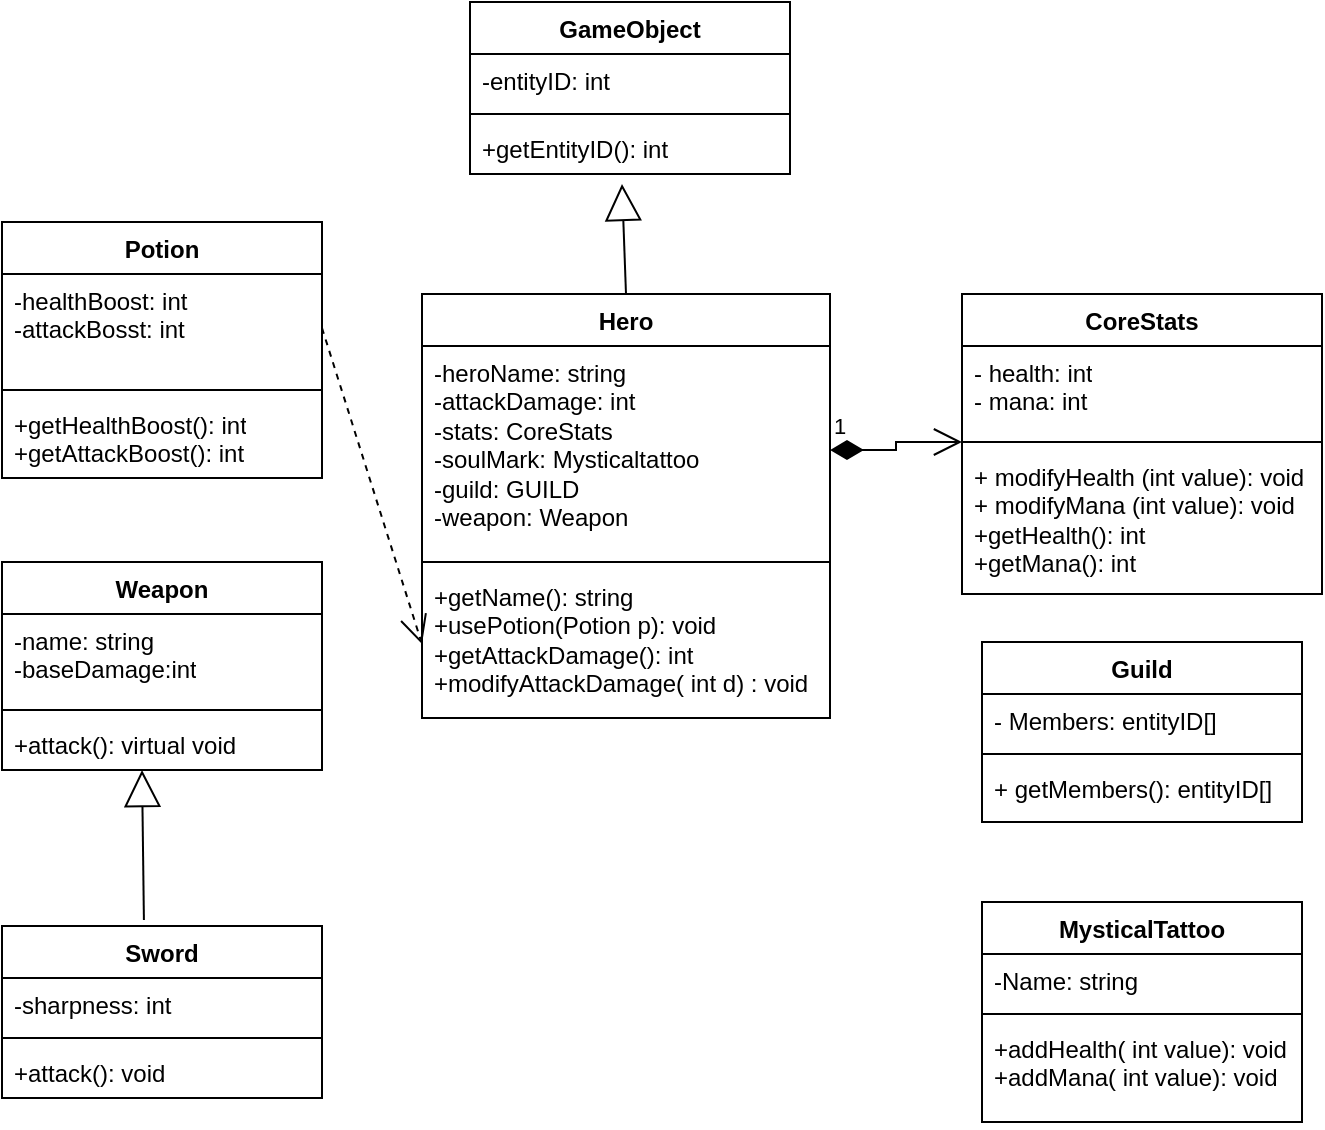
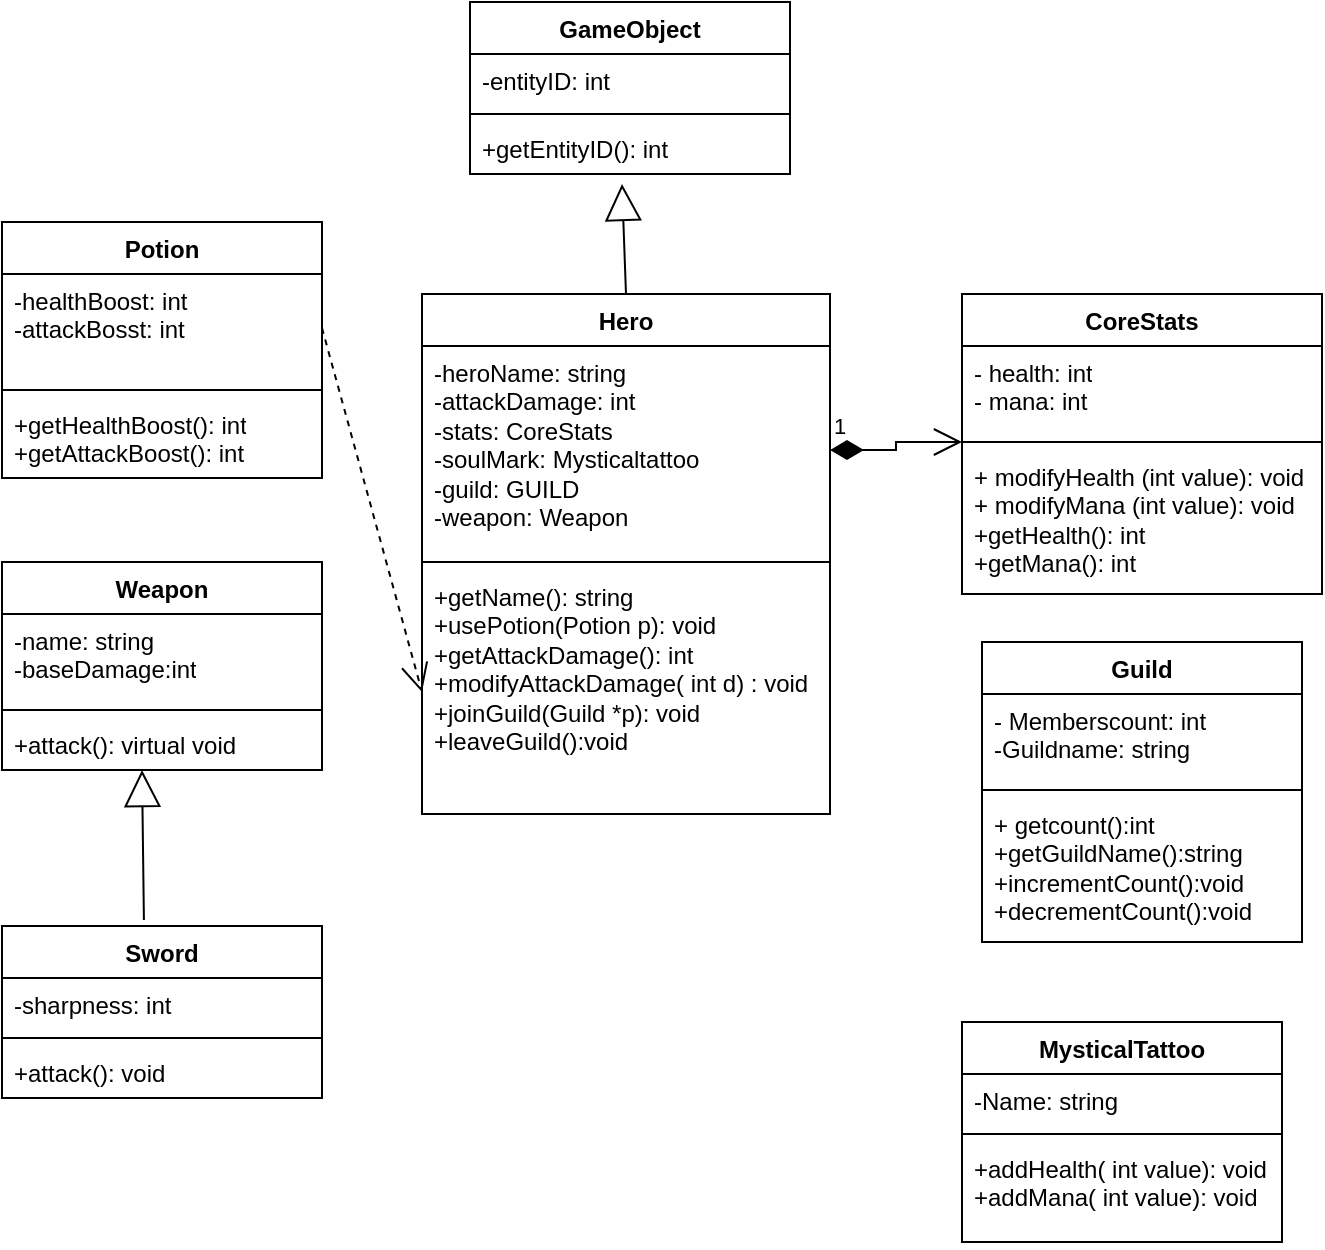
- <mxfile host="Electron" modified="2026-05-21T22:03:56.029Z" agent="Mozilla/5.0 (Windows NT 10.0; Win64; x64) AppleWebKit/537.36 (KHTML, like Gecko) draw.io/24.4.0 Chrome/120.0.6099.109 Electron/28.1.0 Safari/537.36" etag="3OSmOnO3zTKAAylb2RSe" version="24.4.0" type="device">
+ <mxfile host="Electron" modified="2026-05-21T23:41:49.193Z" agent="Mozilla/5.0 (Windows NT 10.0; Win64; x64) AppleWebKit/537.36 (KHTML, like Gecko) draw.io/24.4.0 Chrome/120.0.6099.109 Electron/28.1.0 Safari/537.36" etag="yQ-v6boM1E7LoKdMhHjD" version="24.4.0" type="device">
  <diagram id="C5RBs43oDa-KdzZeNtuy" name="Page-1">
    <mxGraphModel dx="720" dy="430" grid="1" gridSize="10" guides="1" tooltips="1" connect="1" arrows="1" fold="1" page="1" pageScale="1" pageWidth="827" pageHeight="1169" math="0" shadow="0">
      <root>
        <mxCell id="WIyWlLk6GJQsqaUBKTNV-0" />
        <mxCell id="WIyWlLk6GJQsqaUBKTNV-1" parent="WIyWlLk6GJQsqaUBKTNV-0" />
        <mxCell id="p3vUgTUbWygCvYEN91rt-4" value="Hero" style="swimlane;fontStyle=1;align=center;verticalAlign=top;childLayout=stackLayout;horizontal=1;startSize=26;horizontalStack=0;resizeParent=1;resizeParentMax=0;resizeLast=0;collapsible=1;marginBottom=0;whiteSpace=wrap;html=1;" vertex="1" parent="WIyWlLk6GJQsqaUBKTNV-1">
-           <mxGeometry x="310" y="166" width="204" height="212" as="geometry" />
+           <mxGeometry x="310" y="166" width="204" height="260" as="geometry" />
        </mxCell>
        <mxCell id="p3vUgTUbWygCvYEN91rt-5" value="-heroName: string&lt;div&gt;-attackDamage: int&lt;/div&gt;&lt;div&gt;-stats: CoreStats&lt;/div&gt;&lt;div&gt;-soulMark: Mysticaltattoo&lt;/div&gt;&lt;div&gt;-guild: GUILD&lt;/div&gt;&lt;div&gt;-weapon: Weapon&lt;/div&gt;&lt;div&gt;&lt;br&gt;&lt;/div&gt;" style="text;strokeColor=none;fillColor=none;align=left;verticalAlign=top;spacingLeft=4;spacingRight=4;overflow=hidden;rotatable=0;points=[[0,0.5],[1,0.5]];portConstraint=eastwest;whiteSpace=wrap;html=1;" vertex="1" parent="p3vUgTUbWygCvYEN91rt-4">
          <mxGeometry y="26" width="204" height="104" as="geometry" />
        </mxCell>
        <mxCell id="p3vUgTUbWygCvYEN91rt-6" value="" style="line;strokeWidth=1;fillColor=none;align=left;verticalAlign=middle;spacingTop=-1;spacingLeft=3;spacingRight=3;rotatable=0;labelPosition=right;points=[];portConstraint=eastwest;strokeColor=inherit;" vertex="1" parent="p3vUgTUbWygCvYEN91rt-4">
          <mxGeometry y="130" width="204" height="8" as="geometry" />
        </mxCell>
-         <mxCell id="p3vUgTUbWygCvYEN91rt-7" value="+getName(): string&lt;div&gt;+usePotion(Potion p): void&lt;/div&gt;&lt;div&gt;+getAttackDamage(): int&lt;/div&gt;&lt;div&gt;+modifyAttackDamage( int d) : void&lt;/div&gt;&lt;div&gt;&lt;br&gt;&lt;div&gt;&lt;br&gt;&lt;/div&gt;&lt;/div&gt;" style="text;strokeColor=none;fillColor=none;align=left;verticalAlign=top;spacingLeft=4;spacingRight=4;overflow=hidden;rotatable=0;points=[[0,0.5],[1,0.5]];portConstraint=eastwest;whiteSpace=wrap;html=1;" vertex="1" parent="p3vUgTUbWygCvYEN91rt-4">
-           <mxGeometry y="138" width="204" height="74" as="geometry" />
+         <mxCell id="p3vUgTUbWygCvYEN91rt-7" value="+getName(): string&lt;div&gt;+usePotion(Potion p): void&lt;/div&gt;&lt;div&gt;+getAttackDamage(): int&lt;/div&gt;&lt;div&gt;+modifyAttackDamage( int d) : void&lt;/div&gt;&lt;div&gt;+joinGuild(Guild *p): void&lt;/div&gt;&lt;div&gt;+leaveGuild():void&lt;/div&gt;&lt;div&gt;&lt;br&gt;&lt;div&gt;&lt;br&gt;&lt;/div&gt;&lt;/div&gt;" style="text;strokeColor=none;fillColor=none;align=left;verticalAlign=top;spacingLeft=4;spacingRight=4;overflow=hidden;rotatable=0;points=[[0,0.5],[1,0.5]];portConstraint=eastwest;whiteSpace=wrap;html=1;" vertex="1" parent="p3vUgTUbWygCvYEN91rt-4">
+           <mxGeometry y="138" width="204" height="122" as="geometry" />
        </mxCell>
        <mxCell id="p3vUgTUbWygCvYEN91rt-8" value="CoreStats" style="swimlane;fontStyle=1;align=center;verticalAlign=top;childLayout=stackLayout;horizontal=1;startSize=26;horizontalStack=0;resizeParent=1;resizeParentMax=0;resizeLast=0;collapsible=1;marginBottom=0;whiteSpace=wrap;html=1;" vertex="1" parent="WIyWlLk6GJQsqaUBKTNV-1">
          <mxGeometry x="580" y="166" width="180" height="150" as="geometry" />
        </mxCell>
        <mxCell id="p3vUgTUbWygCvYEN91rt-9" value="- health: int&lt;div&gt;- mana: int&lt;/div&gt;" style="text;strokeColor=none;fillColor=none;align=left;verticalAlign=top;spacingLeft=4;spacingRight=4;overflow=hidden;rotatable=0;points=[[0,0.5],[1,0.5]];portConstraint=eastwest;whiteSpace=wrap;html=1;" vertex="1" parent="p3vUgTUbWygCvYEN91rt-8">
          <mxGeometry y="26" width="180" height="44" as="geometry" />
        </mxCell>
        <mxCell id="p3vUgTUbWygCvYEN91rt-10" value="" style="line;strokeWidth=1;fillColor=none;align=left;verticalAlign=middle;spacingTop=-1;spacingLeft=3;spacingRight=3;rotatable=0;labelPosition=right;points=[];portConstraint=eastwest;strokeColor=inherit;" vertex="1" parent="p3vUgTUbWygCvYEN91rt-8">
          <mxGeometry y="70" width="180" height="8" as="geometry" />
        </mxCell>
        <mxCell id="p3vUgTUbWygCvYEN91rt-11" value="+ modifyHealth (int value): void&lt;div&gt;+ modifyMana (int value): void&lt;/div&gt;&lt;div&gt;+getHealth(): int&lt;/div&gt;&lt;div&gt;+getMana(): int&lt;/div&gt;&lt;div&gt;&lt;br&gt;&lt;div&gt;&lt;br&gt;&lt;/div&gt;&lt;/div&gt;" style="text;strokeColor=none;fillColor=none;align=left;verticalAlign=top;spacingLeft=4;spacingRight=4;overflow=hidden;rotatable=0;points=[[0,0.5],[1,0.5]];portConstraint=eastwest;whiteSpace=wrap;html=1;" vertex="1" parent="p3vUgTUbWygCvYEN91rt-8">
          <mxGeometry y="78" width="180" height="72" as="geometry" />
        </mxCell>
        <mxCell id="p3vUgTUbWygCvYEN91rt-12" value="MysticalTattoo" style="swimlane;fontStyle=1;align=center;verticalAlign=top;childLayout=stackLayout;horizontal=1;startSize=26;horizontalStack=0;resizeParent=1;resizeParentMax=0;resizeLast=0;collapsible=1;marginBottom=0;whiteSpace=wrap;html=1;" vertex="1" parent="WIyWlLk6GJQsqaUBKTNV-1">
-           <mxGeometry x="590" y="470" width="160" height="110" as="geometry" />
+           <mxGeometry x="580" y="530" width="160" height="110" as="geometry" />
        </mxCell>
        <mxCell id="p3vUgTUbWygCvYEN91rt-13" value="-Name: string" style="text;strokeColor=none;fillColor=none;align=left;verticalAlign=top;spacingLeft=4;spacingRight=4;overflow=hidden;rotatable=0;points=[[0,0.5],[1,0.5]];portConstraint=eastwest;whiteSpace=wrap;html=1;" vertex="1" parent="p3vUgTUbWygCvYEN91rt-12">
          <mxGeometry y="26" width="160" height="26" as="geometry" />
        </mxCell>
        <mxCell id="p3vUgTUbWygCvYEN91rt-14" value="" style="line;strokeWidth=1;fillColor=none;align=left;verticalAlign=middle;spacingTop=-1;spacingLeft=3;spacingRight=3;rotatable=0;labelPosition=right;points=[];portConstraint=eastwest;strokeColor=inherit;" vertex="1" parent="p3vUgTUbWygCvYEN91rt-12">
          <mxGeometry y="52" width="160" height="8" as="geometry" />
        </mxCell>
        <mxCell id="p3vUgTUbWygCvYEN91rt-15" value="+addHealth( int value): void&lt;div&gt;+addMana( int value): void&lt;/div&gt;" style="text;strokeColor=none;fillColor=none;align=left;verticalAlign=top;spacingLeft=4;spacingRight=4;overflow=hidden;rotatable=0;points=[[0,0.5],[1,0.5]];portConstraint=eastwest;whiteSpace=wrap;html=1;" vertex="1" parent="p3vUgTUbWygCvYEN91rt-12">
          <mxGeometry y="60" width="160" height="50" as="geometry" />
        </mxCell>
        <mxCell id="p3vUgTUbWygCvYEN91rt-16" value="Guild" style="swimlane;fontStyle=1;align=center;verticalAlign=top;childLayout=stackLayout;horizontal=1;startSize=26;horizontalStack=0;resizeParent=1;resizeParentMax=0;resizeLast=0;collapsible=1;marginBottom=0;whiteSpace=wrap;html=1;" vertex="1" parent="WIyWlLk6GJQsqaUBKTNV-1">
-           <mxGeometry x="590" y="340" width="160" height="90" as="geometry" />
+           <mxGeometry x="590" y="340" width="160" height="150" as="geometry" />
        </mxCell>
-         <mxCell id="p3vUgTUbWygCvYEN91rt-17" value="- Members: entityID[]" style="text;strokeColor=none;fillColor=none;align=left;verticalAlign=top;spacingLeft=4;spacingRight=4;overflow=hidden;rotatable=0;points=[[0,0.5],[1,0.5]];portConstraint=eastwest;whiteSpace=wrap;html=1;" vertex="1" parent="p3vUgTUbWygCvYEN91rt-16">
-           <mxGeometry y="26" width="160" height="26" as="geometry" />
+         <mxCell id="p3vUgTUbWygCvYEN91rt-17" value="- Memberscount: int&lt;div&gt;-Guildname: string&lt;/div&gt;" style="text;strokeColor=none;fillColor=none;align=left;verticalAlign=top;spacingLeft=4;spacingRight=4;overflow=hidden;rotatable=0;points=[[0,0.5],[1,0.5]];portConstraint=eastwest;whiteSpace=wrap;html=1;" vertex="1" parent="p3vUgTUbWygCvYEN91rt-16">
+           <mxGeometry y="26" width="160" height="44" as="geometry" />
        </mxCell>
        <mxCell id="p3vUgTUbWygCvYEN91rt-18" value="" style="line;strokeWidth=1;fillColor=none;align=left;verticalAlign=middle;spacingTop=-1;spacingLeft=3;spacingRight=3;rotatable=0;labelPosition=right;points=[];portConstraint=eastwest;strokeColor=inherit;" vertex="1" parent="p3vUgTUbWygCvYEN91rt-16">
-           <mxGeometry y="52" width="160" height="8" as="geometry" />
+           <mxGeometry y="70" width="160" height="8" as="geometry" />
        </mxCell>
-         <mxCell id="p3vUgTUbWygCvYEN91rt-19" value="+ getMembers(): entityID[]&lt;div&gt;&lt;br&gt;&lt;/div&gt;" style="text;strokeColor=none;fillColor=none;align=left;verticalAlign=top;spacingLeft=4;spacingRight=4;overflow=hidden;rotatable=0;points=[[0,0.5],[1,0.5]];portConstraint=eastwest;whiteSpace=wrap;html=1;" vertex="1" parent="p3vUgTUbWygCvYEN91rt-16">
-           <mxGeometry y="60" width="160" height="30" as="geometry" />
+         <mxCell id="p3vUgTUbWygCvYEN91rt-19" value="+ getcount():int&lt;div&gt;+getGuildName():string&lt;br&gt;&lt;div&gt;+incrementCount():void&lt;/div&gt;&lt;div&gt;+decrementCount():void&lt;br&gt;&lt;div&gt;&lt;br&gt;&lt;/div&gt;&lt;/div&gt;&lt;/div&gt;" style="text;strokeColor=none;fillColor=none;align=left;verticalAlign=top;spacingLeft=4;spacingRight=4;overflow=hidden;rotatable=0;points=[[0,0.5],[1,0.5]];portConstraint=eastwest;whiteSpace=wrap;html=1;" vertex="1" parent="p3vUgTUbWygCvYEN91rt-16">
+           <mxGeometry y="78" width="160" height="72" as="geometry" />
        </mxCell>
        <mxCell id="p3vUgTUbWygCvYEN91rt-20" value="Weapon" style="swimlane;fontStyle=1;align=center;verticalAlign=top;childLayout=stackLayout;horizontal=1;startSize=26;horizontalStack=0;resizeParent=1;resizeParentMax=0;resizeLast=0;collapsible=1;marginBottom=0;whiteSpace=wrap;html=1;" vertex="1" parent="WIyWlLk6GJQsqaUBKTNV-1">
          <mxGeometry x="100" y="300" width="160" height="104" as="geometry" />
        </mxCell>
        <mxCell id="p3vUgTUbWygCvYEN91rt-21" value="-name: string&lt;div&gt;-baseDamage:int&lt;br&gt;&lt;div&gt;&lt;br&gt;&lt;/div&gt;&lt;/div&gt;" style="text;strokeColor=none;fillColor=none;align=left;verticalAlign=top;spacingLeft=4;spacingRight=4;overflow=hidden;rotatable=0;points=[[0,0.5],[1,0.5]];portConstraint=eastwest;whiteSpace=wrap;html=1;" vertex="1" parent="p3vUgTUbWygCvYEN91rt-20">
          <mxGeometry y="26" width="160" height="44" as="geometry" />
        </mxCell>
        <mxCell id="p3vUgTUbWygCvYEN91rt-22" value="" style="line;strokeWidth=1;fillColor=none;align=left;verticalAlign=middle;spacingTop=-1;spacingLeft=3;spacingRight=3;rotatable=0;labelPosition=right;points=[];portConstraint=eastwest;strokeColor=inherit;" vertex="1" parent="p3vUgTUbWygCvYEN91rt-20">
          <mxGeometry y="70" width="160" height="8" as="geometry" />
        </mxCell>
        <mxCell id="p3vUgTUbWygCvYEN91rt-23" value="+attack(): virtual void" style="text;strokeColor=none;fillColor=none;align=left;verticalAlign=top;spacingLeft=4;spacingRight=4;overflow=hidden;rotatable=0;points=[[0,0.5],[1,0.5]];portConstraint=eastwest;whiteSpace=wrap;html=1;" vertex="1" parent="p3vUgTUbWygCvYEN91rt-20">
          <mxGeometry y="78" width="160" height="26" as="geometry" />
        </mxCell>
        <mxCell id="p3vUgTUbWygCvYEN91rt-24" value="Potion" style="swimlane;fontStyle=1;align=center;verticalAlign=top;childLayout=stackLayout;horizontal=1;startSize=26;horizontalStack=0;resizeParent=1;resizeParentMax=0;resizeLast=0;collapsible=1;marginBottom=0;whiteSpace=wrap;html=1;" vertex="1" parent="WIyWlLk6GJQsqaUBKTNV-1">
          <mxGeometry x="100" y="130" width="160" height="128" as="geometry" />
        </mxCell>
        <mxCell id="p3vUgTUbWygCvYEN91rt-25" value="-healthBoost: int&lt;div&gt;-attackBosst: int&lt;/div&gt;" style="text;strokeColor=none;fillColor=none;align=left;verticalAlign=top;spacingLeft=4;spacingRight=4;overflow=hidden;rotatable=0;points=[[0,0.5],[1,0.5]];portConstraint=eastwest;whiteSpace=wrap;html=1;" vertex="1" parent="p3vUgTUbWygCvYEN91rt-24">
          <mxGeometry y="26" width="160" height="54" as="geometry" />
        </mxCell>
        <mxCell id="p3vUgTUbWygCvYEN91rt-26" value="" style="line;strokeWidth=1;fillColor=none;align=left;verticalAlign=middle;spacingTop=-1;spacingLeft=3;spacingRight=3;rotatable=0;labelPosition=right;points=[];portConstraint=eastwest;strokeColor=inherit;" vertex="1" parent="p3vUgTUbWygCvYEN91rt-24">
          <mxGeometry y="80" width="160" height="8" as="geometry" />
        </mxCell>
        <mxCell id="p3vUgTUbWygCvYEN91rt-27" value="+getHealthBoost(): int&lt;div&gt;+getAttackBoost(): int&lt;/div&gt;" style="text;strokeColor=none;fillColor=none;align=left;verticalAlign=top;spacingLeft=4;spacingRight=4;overflow=hidden;rotatable=0;points=[[0,0.5],[1,0.5]];portConstraint=eastwest;whiteSpace=wrap;html=1;" vertex="1" parent="p3vUgTUbWygCvYEN91rt-24">
          <mxGeometry y="88" width="160" height="40" as="geometry" />
        </mxCell>
        <mxCell id="p3vUgTUbWygCvYEN91rt-28" value="Sword" style="swimlane;fontStyle=1;align=center;verticalAlign=top;childLayout=stackLayout;horizontal=1;startSize=26;horizontalStack=0;resizeParent=1;resizeParentMax=0;resizeLast=0;collapsible=1;marginBottom=0;whiteSpace=wrap;html=1;" vertex="1" parent="WIyWlLk6GJQsqaUBKTNV-1">
          <mxGeometry x="100" y="482" width="160" height="86" as="geometry" />
        </mxCell>
        <mxCell id="p3vUgTUbWygCvYEN91rt-29" value="-sharpness: int" style="text;strokeColor=none;fillColor=none;align=left;verticalAlign=top;spacingLeft=4;spacingRight=4;overflow=hidden;rotatable=0;points=[[0,0.5],[1,0.5]];portConstraint=eastwest;whiteSpace=wrap;html=1;" vertex="1" parent="p3vUgTUbWygCvYEN91rt-28">
          <mxGeometry y="26" width="160" height="26" as="geometry" />
        </mxCell>
        <mxCell id="p3vUgTUbWygCvYEN91rt-30" value="" style="line;strokeWidth=1;fillColor=none;align=left;verticalAlign=middle;spacingTop=-1;spacingLeft=3;spacingRight=3;rotatable=0;labelPosition=right;points=[];portConstraint=eastwest;strokeColor=inherit;" vertex="1" parent="p3vUgTUbWygCvYEN91rt-28">
          <mxGeometry y="52" width="160" height="8" as="geometry" />
        </mxCell>
        <mxCell id="p3vUgTUbWygCvYEN91rt-31" value="+attack(): void" style="text;strokeColor=none;fillColor=none;align=left;verticalAlign=top;spacingLeft=4;spacingRight=4;overflow=hidden;rotatable=0;points=[[0,0.5],[1,0.5]];portConstraint=eastwest;whiteSpace=wrap;html=1;" vertex="1" parent="p3vUgTUbWygCvYEN91rt-28">
          <mxGeometry y="60" width="160" height="26" as="geometry" />
        </mxCell>
        <mxCell id="p3vUgTUbWygCvYEN91rt-33" value="GameObject" style="swimlane;fontStyle=1;align=center;verticalAlign=top;childLayout=stackLayout;horizontal=1;startSize=26;horizontalStack=0;resizeParent=1;resizeParentMax=0;resizeLast=0;collapsible=1;marginBottom=0;whiteSpace=wrap;html=1;" vertex="1" parent="WIyWlLk6GJQsqaUBKTNV-1">
          <mxGeometry x="334" y="20" width="160" height="86" as="geometry" />
        </mxCell>
        <mxCell id="p3vUgTUbWygCvYEN91rt-34" value="-entityID: int" style="text;strokeColor=none;fillColor=none;align=left;verticalAlign=top;spacingLeft=4;spacingRight=4;overflow=hidden;rotatable=0;points=[[0,0.5],[1,0.5]];portConstraint=eastwest;whiteSpace=wrap;html=1;" vertex="1" parent="p3vUgTUbWygCvYEN91rt-33">
          <mxGeometry y="26" width="160" height="26" as="geometry" />
        </mxCell>
        <mxCell id="p3vUgTUbWygCvYEN91rt-35" value="" style="line;strokeWidth=1;fillColor=none;align=left;verticalAlign=middle;spacingTop=-1;spacingLeft=3;spacingRight=3;rotatable=0;labelPosition=right;points=[];portConstraint=eastwest;strokeColor=inherit;" vertex="1" parent="p3vUgTUbWygCvYEN91rt-33">
          <mxGeometry y="52" width="160" height="8" as="geometry" />
        </mxCell>
        <mxCell id="p3vUgTUbWygCvYEN91rt-36" value="+getEntityID(): int" style="text;strokeColor=none;fillColor=none;align=left;verticalAlign=top;spacingLeft=4;spacingRight=4;overflow=hidden;rotatable=0;points=[[0,0.5],[1,0.5]];portConstraint=eastwest;whiteSpace=wrap;html=1;" vertex="1" parent="p3vUgTUbWygCvYEN91rt-33">
          <mxGeometry y="60" width="160" height="26" as="geometry" />
        </mxCell>
        <mxCell id="p3vUgTUbWygCvYEN91rt-41" value="" style="endArrow=block;endSize=16;endFill=0;html=1;rounded=0;exitX=0.5;exitY=0;exitDx=0;exitDy=0;entryX=0.475;entryY=1.192;entryDx=0;entryDy=0;entryPerimeter=0;" edge="1" parent="WIyWlLk6GJQsqaUBKTNV-1" source="p3vUgTUbWygCvYEN91rt-4" target="p3vUgTUbWygCvYEN91rt-36">
          <mxGeometry width="160" relative="1" as="geometry">
            <mxPoint x="330" y="270" as="sourcePoint" />
            <mxPoint x="490" y="270" as="targetPoint" />
          </mxGeometry>
        </mxCell>
        <mxCell id="p3vUgTUbWygCvYEN91rt-42" value="" style="endArrow=block;endSize=16;endFill=0;html=1;rounded=0;exitX=0.5;exitY=0;exitDx=0;exitDy=0;" edge="1" parent="WIyWlLk6GJQsqaUBKTNV-1">
          <mxGeometry width="160" relative="1" as="geometry">
            <mxPoint x="170.95999999999995" y="479" as="sourcePoint" />
            <mxPoint x="170" y="404" as="targetPoint" />
          </mxGeometry>
        </mxCell>
        <mxCell id="p3vUgTUbWygCvYEN91rt-43" value="1" style="endArrow=open;html=1;endSize=12;startArrow=diamondThin;startSize=14;startFill=1;edgeStyle=orthogonalEdgeStyle;align=left;verticalAlign=bottom;rounded=0;exitX=1;exitY=0.5;exitDx=0;exitDy=0;entryX=0;entryY=1.091;entryDx=0;entryDy=0;entryPerimeter=0;" edge="1" parent="WIyWlLk6GJQsqaUBKTNV-1" source="p3vUgTUbWygCvYEN91rt-5" target="p3vUgTUbWygCvYEN91rt-9">
          <mxGeometry x="-1" y="3" relative="1" as="geometry">
            <mxPoint x="340" y="340" as="sourcePoint" />
            <mxPoint x="500" y="340" as="targetPoint" />
          </mxGeometry>
        </mxCell>
        <mxCell id="p3vUgTUbWygCvYEN91rt-49" value="" style="endArrow=open;endSize=12;dashed=1;html=1;rounded=0;entryX=0;entryY=0.5;entryDx=0;entryDy=0;exitX=1;exitY=0.5;exitDx=0;exitDy=0;" edge="1" parent="WIyWlLk6GJQsqaUBKTNV-1" source="p3vUgTUbWygCvYEN91rt-25" target="p3vUgTUbWygCvYEN91rt-7">
          <mxGeometry width="160" relative="1" as="geometry">
            <mxPoint x="260" y="390" as="sourcePoint" />
            <mxPoint x="420" y="390" as="targetPoint" />
          </mxGeometry>
        </mxCell>
      </root>
    </mxGraphModel>
  </diagram>
</mxfile>
